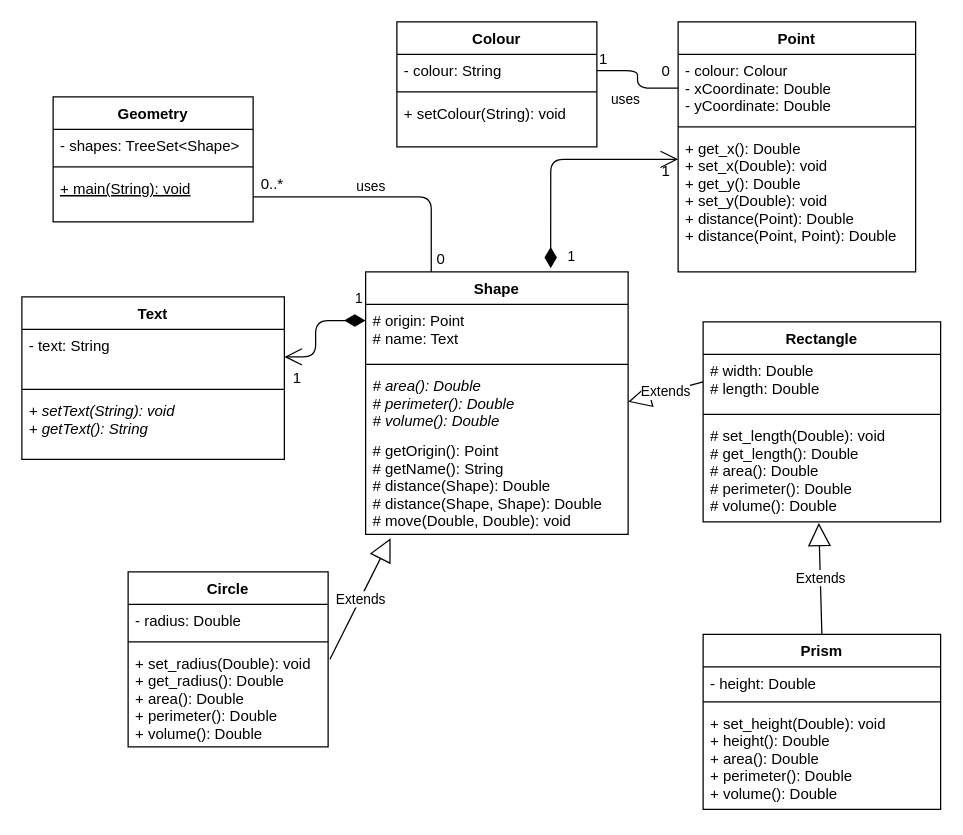
Above: Lab 4/Exercise 1 & 2/database/Ex1.drawio in nachacin/ENSF-409-Projects (draw.io), before the change. Source tidied: cells renumbered, new cells numbered last; positions are measured from the earlier drawing's top-left corner, leaving out a move shared by most shapes. Both pictures are drawn from the tidied source at 125%, with x=0, y=0 at pixel (21, 21).
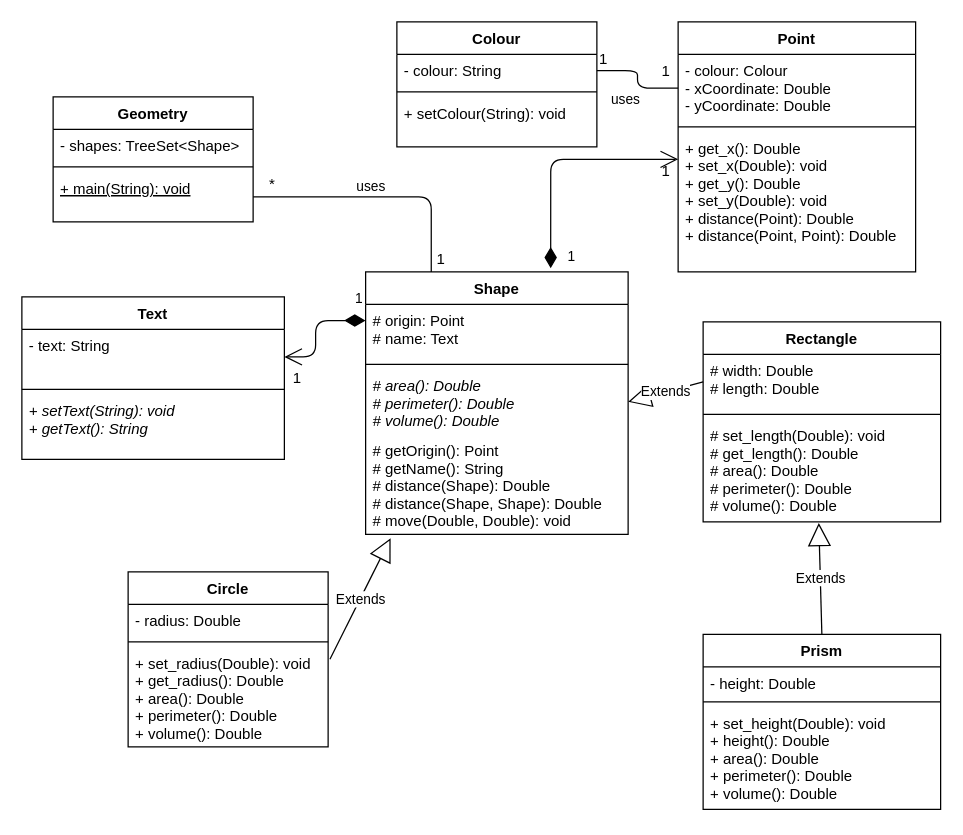
The same diagram, later.

Diff of the diagram source:
```diff
@@
-    <mxCell id="46" value="0..*" style="text;html=1;align=center;verticalAlign=middle;strokeColor=none;" parent="1" vertex="1">
-      <mxGeometry x="185" y="120" width="30" height="20" as="geometry" />
+    <mxCell id="46" value="*" style="text;html=1;align=center;verticalAlign=middle;strokeColor=none;" parent="1" vertex="1">
+      <mxGeometry x="190" y="120" width="20" height="20" as="geometry" />
     </mxCell>
-    <mxCell id="47" value="0&lt;br&gt;" style="text;html=1;align=center;verticalAlign=middle;strokeColor=none;" parent="1" vertex="1">
+    <mxCell id="47" value="1" style="text;html=1;align=center;verticalAlign=middle;strokeColor=none;" parent="1" vertex="1">
       <mxGeometry x="325" y="180" width="20" height="20" as="geometry" />
     </mxCell>
-    <mxCell id="48" value="0" style="text;html=1;align=center;verticalAlign=middle;strokeColor=none;" parent="1" vertex="1">
+    <mxCell id="48" value="1" style="text;html=1;align=center;verticalAlign=middle;strokeColor=none;" parent="1" vertex="1">
       <mxGeometry x="505" y="30" width="20" height="20" as="geometry" />
     </mxCell>
```
